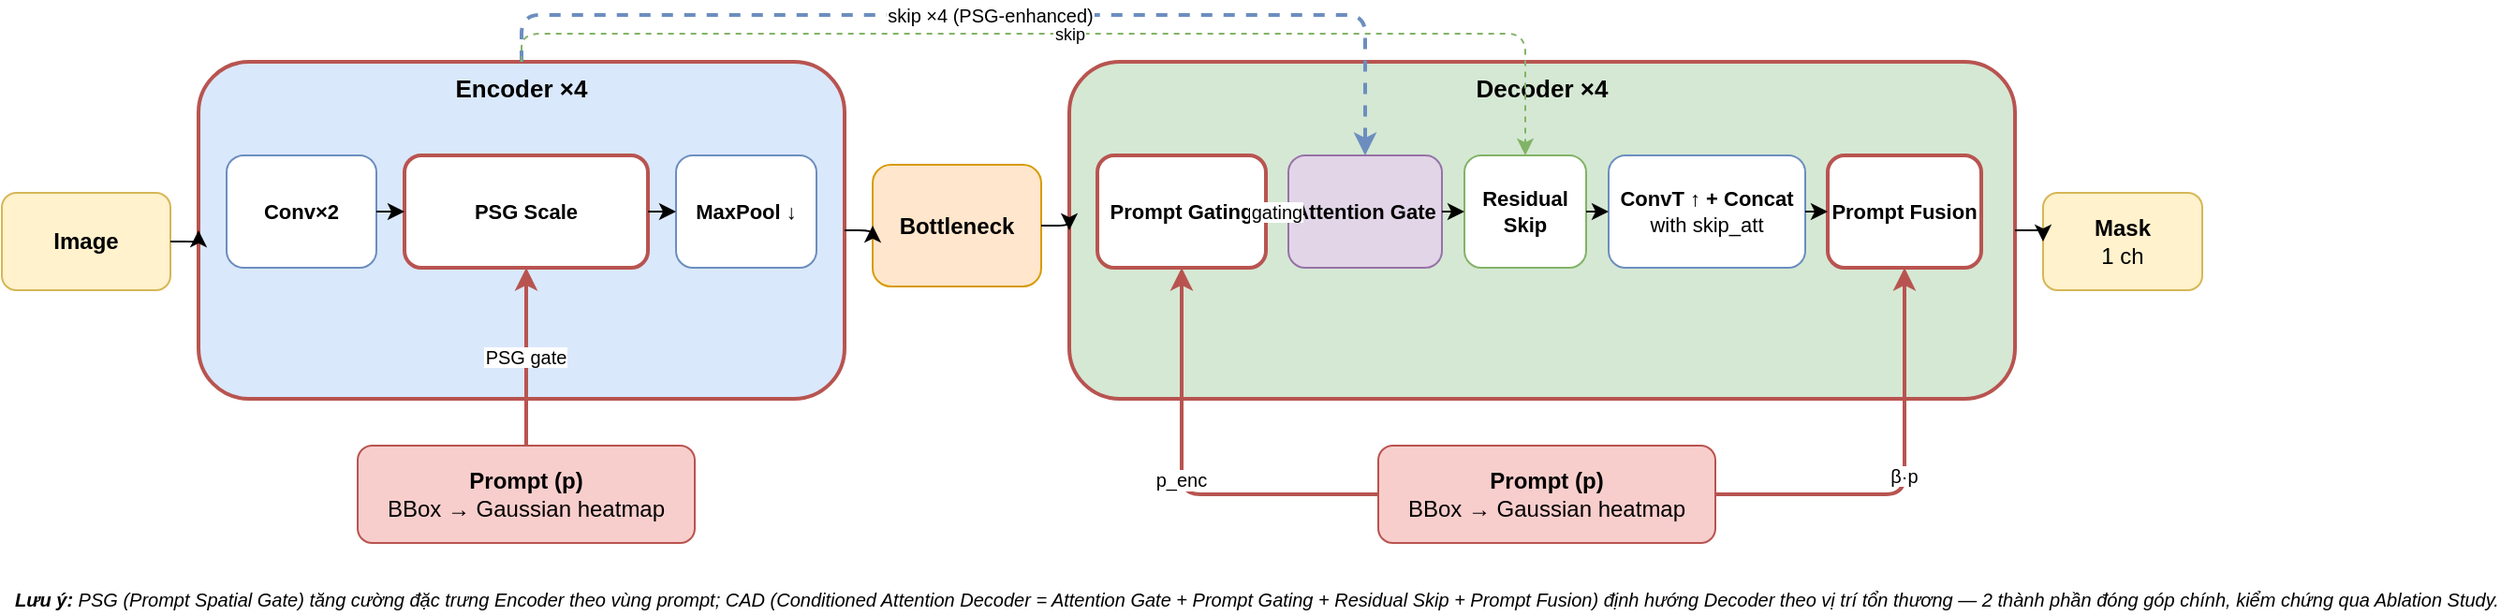
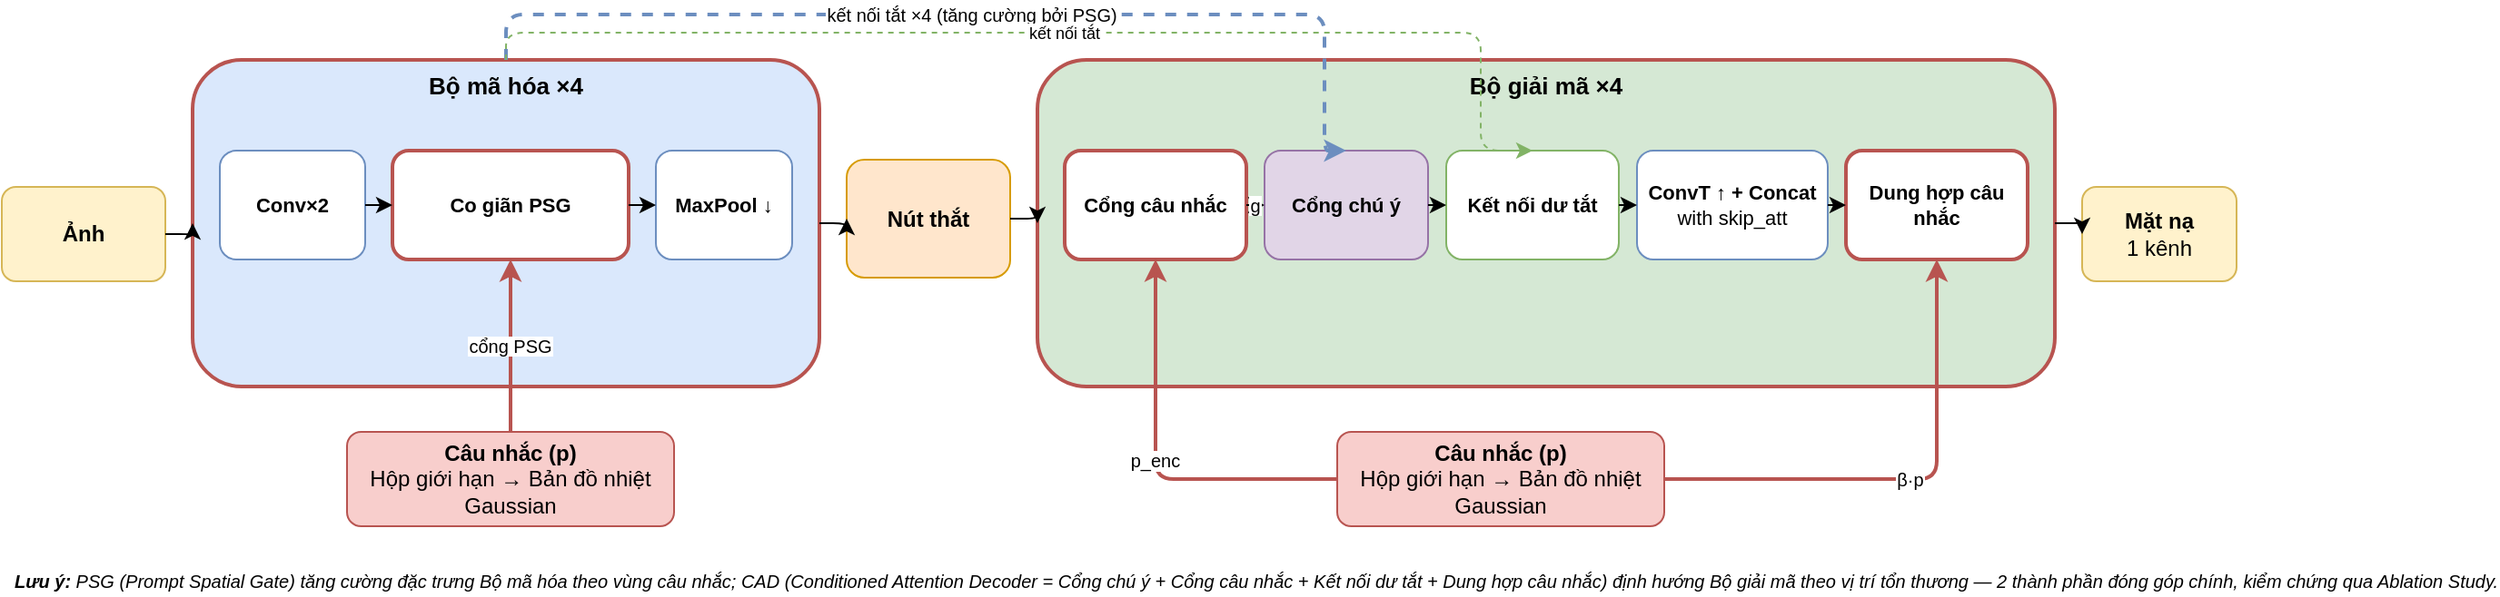
<mxfile host="65bd71144e">
    <diagram name="3. PGA-UNet" id="pgaunet2d">
-         <mxGraphModel dx="1042" dy="251" grid="1" gridSize="10" guides="1" tooltips="1" connect="1" arrows="1" fold="1" page="1" pageScale="1" pageWidth="1220" pageHeight="365" math="0" shadow="0">
+         <mxGraphModel dx="1042" dy="251" grid="1" gridSize="10" guides="1" tooltips="1" connect="1" arrows="1" fold="1" page="1" pageScale="1" pageWidth="1280" pageHeight="365" math="0" shadow="0">
            <root>
                <mxCell id="0"/>
                <mxCell id="1" parent="0"/>
-                 <mxCell id="inp" value="&lt;b&gt;Image&lt;/b&gt;" style="rounded=1;whiteSpace=wrap;html=1;fillColor=#fff2cc;strokeColor=#d6b656;fontSize=12;" parent="1" vertex="1">
+                 <mxCell id="inp" value="&lt;b&gt;Ảnh&lt;/b&gt;" style="rounded=1;whiteSpace=wrap;html=1;fillColor=#fff2cc;strokeColor=#d6b656;fontSize=12;" parent="1" vertex="1">
                    <mxGeometry x="15" y="105" width="90" height="52" as="geometry"/>
                </mxCell>
-                 <mxCell id="enc_box" value="&lt;b&gt;Encoder ×4&lt;/b&gt;" style="rounded=1;whiteSpace=wrap;html=1;fillColor=#dae8fc;strokeColor=#b85450;strokeWidth=2;fontSize=13;verticalAlign=top;align=center;" parent="1" vertex="1">
+                 <mxCell id="enc_box" value="&lt;b&gt;Bộ mã hóa ×4&lt;/b&gt;" style="rounded=1;whiteSpace=wrap;html=1;fillColor=#dae8fc;strokeColor=#b85450;strokeWidth=2;fontSize=13;verticalAlign=top;align=center;" parent="1" vertex="1">
                    <mxGeometry x="120" y="35" width="345" height="180" as="geometry"/>
                </mxCell>
                <mxCell id="e_conv" value="&lt;b&gt;Conv×2&lt;/b&gt;" style="rounded=1;whiteSpace=wrap;html=1;fillColor=#ffffff;strokeColor=#6c8ebf;fontSize=11;" parent="enc_box" vertex="1">
                    <mxGeometry x="15" y="50" width="80" height="60" as="geometry"/>
                </mxCell>
-                 <mxCell id="e_scale" value="&lt;b&gt;PSG Scale&lt;/b&gt;" style="rounded=1;whiteSpace=wrap;html=1;fillColor=#ffffff;strokeColor=#b85450;strokeWidth=2;fontSize=11;" parent="enc_box" vertex="1">
+                 <mxCell id="e_scale" value="&lt;b&gt;Co giãn PSG&lt;/b&gt;" style="rounded=1;whiteSpace=wrap;html=1;fillColor=#ffffff;strokeColor=#b85450;strokeWidth=2;fontSize=11;" parent="enc_box" vertex="1">
                    <mxGeometry x="110" y="50" width="130" height="60" as="geometry"/>
                </mxCell>
                <mxCell id="e_pool" value="&lt;b&gt;MaxPool ↓&lt;/b&gt;" style="rounded=1;whiteSpace=wrap;html=1;fillColor=#ffffff;strokeColor=#6c8ebf;fontSize=11;" parent="enc_box" vertex="1">
                    <mxGeometry x="255" y="50" width="75" height="60" as="geometry"/>
                </mxCell>
                <mxCell id="se1" value="" style="edgeStyle=orthogonalEdgeStyle;exitX=1;exitY=0.5;exitDx=0;exitDy=0;entryX=0;entryY=0.5;entryDx=0;entryDy=0;" parent="enc_box" source="e_conv" target="e_scale" edge="1">
                    <mxGeometry relative="1" as="geometry"/>
                </mxCell>
                <mxCell id="se2" value="" style="edgeStyle=orthogonalEdgeStyle;exitX=1;exitY=0.5;exitDx=0;exitDy=0;entryX=0;entryY=0.5;entryDx=0;entryDy=0;" parent="enc_box" source="e_scale" target="e_pool" edge="1">
                    <mxGeometry relative="1" as="geometry"/>
                </mxCell>
-                 <mxCell id="bn" value="&lt;b&gt;Bottleneck&lt;/b&gt;" style="rounded=1;whiteSpace=wrap;html=1;fillColor=#ffe6cc;strokeColor=#d79b00;fontSize=12;" parent="1" vertex="1">
+                 <mxCell id="bn" value="&lt;b&gt;Nút thắt&lt;/b&gt;" style="rounded=1;whiteSpace=wrap;html=1;fillColor=#ffe6cc;strokeColor=#d79b00;fontSize=12;" parent="1" vertex="1">
                    <mxGeometry x="480" y="90" width="90" height="65" as="geometry"/>
                </mxCell>
-                 <mxCell id="dec_box" value="&lt;b&gt;Decoder ×4&lt;/b&gt;" style="rounded=1;whiteSpace=wrap;html=1;fillColor=#d5e8d4;strokeColor=#b85450;strokeWidth=2;fontSize=13;verticalAlign=top;align=center;" parent="1" vertex="1">
-                     <mxGeometry x="585" y="35" width="505" height="180" as="geometry"/>
+                 <mxCell id="dec_box" value="&lt;b&gt;Bộ giải mã ×4&lt;/b&gt;" style="rounded=1;whiteSpace=wrap;html=1;fillColor=#d5e8d4;strokeColor=#b85450;strokeWidth=2;fontSize=13;verticalAlign=top;align=center;" parent="1" vertex="1">
+                     <mxGeometry x="585" y="35" width="560" height="180" as="geometry"/>
                </mxCell>
-                 <mxCell id="d_gfuse" value="&lt;b&gt;Prompt Gating&lt;/b&gt;" style="rounded=1;whiteSpace=wrap;html=1;fillColor=#ffffff;strokeColor=#b85450;strokeWidth=2;fontSize=11;" parent="dec_box" vertex="1">
-                     <mxGeometry x="15" y="50" width="90" height="60" as="geometry"/>
+                 <mxCell id="d_gfuse" value="&lt;b&gt;Cổng câu nhắc&lt;/b&gt;" style="rounded=1;whiteSpace=wrap;html=1;fillColor=#ffffff;strokeColor=#b85450;strokeWidth=2;fontSize=11;" parent="dec_box" vertex="1">
+                     <mxGeometry x="15" y="50" width="100" height="60" as="geometry"/>
                </mxCell>
-                 <mxCell id="d_ag" value="&lt;b&gt;Attention Gate&lt;/b&gt;" style="rounded=1;whiteSpace=wrap;html=1;fillColor=#e1d5e7;strokeColor=#9673a6;fontSize=11;" parent="dec_box" vertex="1">
-                     <mxGeometry x="117" y="50" width="82" height="60" as="geometry"/>
+                 <mxCell id="d_ag" value="&lt;b&gt;Cổng chú ý&lt;/b&gt;" style="rounded=1;whiteSpace=wrap;html=1;fillColor=#e1d5e7;strokeColor=#9673a6;fontSize=11;" parent="dec_box" vertex="1">
+                     <mxGeometry x="125" y="50" width="90" height="60" as="geometry"/>
                </mxCell>
-                 <mxCell id="d_residual" value="&lt;b&gt;Residual Skip&lt;/b&gt;" style="rounded=1;whiteSpace=wrap;html=1;fillColor=#ffffff;strokeColor=#82b366;fontSize=11;" parent="dec_box" vertex="1">
-                     <mxGeometry x="211" y="50" width="65" height="60" as="geometry"/>
+                 <mxCell id="d_residual" value="&lt;b&gt;Kết nối dư tắt&lt;/b&gt;" style="rounded=1;whiteSpace=wrap;html=1;fillColor=#ffffff;strokeColor=#82b366;fontSize=11;" parent="dec_box" vertex="1">
+                     <mxGeometry x="225" y="50" width="95" height="60" as="geometry"/>
                </mxCell>
                <mxCell id="d_merge" value="&lt;b&gt;ConvT ↑ + Concat&lt;/b&gt;&lt;br&gt;with skip_att" style="rounded=1;whiteSpace=wrap;html=1;fillColor=#ffffff;strokeColor=#6c8ebf;fontSize=11;" parent="dec_box" vertex="1">
-                     <mxGeometry x="288" y="50" width="105" height="60" as="geometry"/>
+                     <mxGeometry x="330" y="50" width="105" height="60" as="geometry"/>
                </mxCell>
-                 <mxCell id="d_add" value="&lt;b&gt;Prompt Fusion&lt;/b&gt;" style="rounded=1;whiteSpace=wrap;html=1;fillColor=#ffffff;strokeColor=#b85450;strokeWidth=2;fontSize=11;" parent="dec_box" vertex="1">
-                     <mxGeometry x="405" y="50" width="82" height="60" as="geometry"/>
+                 <mxCell id="d_add" value="&lt;b&gt;Dung hợp câu nhắc&lt;/b&gt;" style="rounded=1;whiteSpace=wrap;html=1;fillColor=#ffffff;strokeColor=#b85450;strokeWidth=2;fontSize=11;" parent="dec_box" vertex="1">
+                     <mxGeometry x="445" y="50" width="100" height="60" as="geometry"/>
                </mxCell>
-                 <mxCell id="sd1" value="gating" style="edgeStyle=orthogonalEdgeStyle;exitX=1;exitY=0.5;exitDx=0;exitDy=0;entryX=0;entryY=0.5;entryDx=0;entryDy=0;fontSize=10;labelBackgroundColor=#ffffff;" parent="dec_box" source="d_gfuse" target="d_ag" edge="1">
+                 <mxCell id="sd1" value="g" style="edgeStyle=orthogonalEdgeStyle;exitX=1;exitY=0.5;exitDx=0;exitDy=0;entryX=0;entryY=0.5;entryDx=0;entryDy=0;fontSize=10;labelBackgroundColor=#ffffff;" parent="dec_box" source="d_gfuse" target="d_ag" edge="1">
                    <mxGeometry relative="1" as="geometry"/>
                </mxCell>
                <mxCell id="sd2" value="" style="edgeStyle=orthogonalEdgeStyle;exitX=1;exitY=0.5;exitDx=0;exitDy=0;entryX=0;entryY=0.5;entryDx=0;entryDy=0;" parent="dec_box" source="d_ag" target="d_residual" edge="1">
                    <mxGeometry relative="1" as="geometry"/>
                </mxCell>
                <mxCell id="sd3" value="" style="edgeStyle=orthogonalEdgeStyle;exitX=1;exitY=0.5;exitDx=0;exitDy=0;entryX=0;entryY=0.5;entryDx=0;entryDy=0;" parent="dec_box" source="d_residual" target="d_merge" edge="1">
                    <mxGeometry relative="1" as="geometry"/>
                </mxCell>
                <mxCell id="sd4" value="" style="edgeStyle=orthogonalEdgeStyle;exitX=1;exitY=0.5;exitDx=0;exitDy=0;entryX=0;entryY=0.5;entryDx=0;entryDy=0;" parent="dec_box" source="d_merge" target="d_add" edge="1">
                    <mxGeometry relative="1" as="geometry"/>
                </mxCell>
-                 <mxCell id="out" value="&lt;b&gt;Mask&lt;/b&gt;&lt;br&gt;1 ch" style="rounded=1;whiteSpace=wrap;html=1;fillColor=#fff2cc;strokeColor=#d6b656;fontSize=12;" parent="1" vertex="1">
-                     <mxGeometry x="1105" y="105" width="85" height="52" as="geometry"/>
+                 <mxCell id="out" value="&lt;b&gt;Mặt nạ&lt;/b&gt;&lt;br&gt;1 kênh" style="rounded=1;whiteSpace=wrap;html=1;fillColor=#fff2cc;strokeColor=#d6b656;fontSize=12;" parent="1" vertex="1">
+                     <mxGeometry x="1160" y="105" width="85" height="52" as="geometry"/>
                </mxCell>
                <mxCell id="f1" value="" style="edgeStyle=orthogonalEdgeStyle;exitX=1;exitY=0.5;exitDx=0;exitDy=0;entryX=0;entryY=0.5;entryDx=0;entryDy=0;" parent="1" source="inp" target="enc_box" edge="1">
                    <mxGeometry relative="1" as="geometry"/>
                </mxCell>
                <mxCell id="f2" value="" style="edgeStyle=orthogonalEdgeStyle;exitX=1;exitY=0.5;exitDx=0;exitDy=0;entryX=0;entryY=0.5;entryDx=0;entryDy=0;" parent="1" source="enc_box" target="bn" edge="1">
                    <mxGeometry relative="1" as="geometry"/>
                </mxCell>
                <mxCell id="f3" value="" style="edgeStyle=orthogonalEdgeStyle;exitX=1;exitY=0.5;exitDx=0;exitDy=0;entryX=0;entryY=0.5;entryDx=0;entryDy=0;" parent="1" source="bn" target="dec_box" edge="1">
                    <mxGeometry relative="1" as="geometry"/>
                </mxCell>
                <mxCell id="f4" value="" style="edgeStyle=orthogonalEdgeStyle;exitX=1;exitY=0.5;exitDx=0;exitDy=0;entryX=0;entryY=0.5;entryDx=0;entryDy=0;" parent="1" source="dec_box" target="out" edge="1">
                    <mxGeometry relative="1" as="geometry"/>
                </mxCell>
-                 <mxCell id="skip" value="skip ×4 (PSG-enhanced)" style="edgeStyle=orthogonalEdgeStyle;dashed=1;strokeColor=#6c8ebf;strokeWidth=2;fontSize=10;exitX=0.5;exitY=0;exitDx=0;exitDy=0;entryX=0.5;entryY=0;entryDx=0;entryDy=0;labelBackgroundColor=#ffffff;" parent="1" source="enc_box" target="d_ag" edge="1">
+                 <mxCell id="skip" value="kết nối tắt ×4 (tăng cường bởi PSG)" style="edgeStyle=orthogonalEdgeStyle;dashed=1;strokeColor=#6c8ebf;strokeWidth=2;fontSize=10;exitX=0.5;exitY=0;exitDx=0;exitDy=0;entryX=0.5;entryY=0;entryDx=0;entryDy=0;labelBackgroundColor=#ffffff;" parent="1" source="enc_box" target="d_ag" edge="1">
                    <mxGeometry relative="1" as="geometry">
                        <Array as="points">
                            <mxPoint x="292" y="10"/>
                            <mxPoint x="743" y="10"/>
                        </Array>
                    </mxGeometry>
                </mxCell>
-                 <mxCell id="skip_res" value="skip" style="edgeStyle=orthogonalEdgeStyle;dashed=1;strokeColor=#82b366;strokeWidth=1;fontSize=9;exitX=0.5;exitY=0;exitDx=0;exitDy=0;entryX=0.5;entryY=0;entryDx=0;entryDy=0;labelBackgroundColor=#ffffff;" parent="1" source="enc_box" target="d_residual" edge="1">
+                 <mxCell id="skip_res" value="kết nối tắt" style="edgeStyle=orthogonalEdgeStyle;dashed=1;strokeColor=#82b366;strokeWidth=1;fontSize=9;exitX=0.5;exitY=0;exitDx=0;exitDy=0;entryX=0.5;entryY=0;entryDx=0;entryDy=0;labelBackgroundColor=#ffffff;" parent="1" source="enc_box" target="d_residual" edge="1">
                    <mxGeometry relative="1" as="geometry">
                        <Array as="points">
                            <mxPoint x="293" y="20"/>
                            <mxPoint x="829" y="20"/>
                        </Array>
                    </mxGeometry>
                </mxCell>
-                 <mxCell id="prm_enc" value="&lt;b&gt;Prompt (p)&lt;/b&gt;&lt;br&gt;BBox → Gaussian heatmap" style="rounded=1;whiteSpace=wrap;html=1;fillColor=#f8cecc;strokeColor=#b85450;fontSize=12;" parent="1" vertex="1">
+                 <mxCell id="prm_enc" value="&lt;b&gt;Câu nhắc (p)&lt;/b&gt;&lt;br&gt;Hộp giới hạn → Bản đồ nhiệt Gaussian" style="rounded=1;whiteSpace=wrap;html=1;fillColor=#f8cecc;strokeColor=#b85450;fontSize=12;" parent="1" vertex="1">
                    <mxGeometry x="205" y="240" width="180" height="52" as="geometry"/>
                </mxCell>
-                 <mxCell id="prm_dec" value="&lt;b&gt;Prompt (p)&lt;/b&gt;&lt;br&gt;BBox → Gaussian heatmap" style="rounded=1;whiteSpace=wrap;html=1;fillColor=#f8cecc;strokeColor=#b85450;fontSize=12;" parent="1" vertex="1">
+                 <mxCell id="prm_dec" value="&lt;b&gt;Câu nhắc (p)&lt;/b&gt;&lt;br&gt;Hộp giới hạn → Bản đồ nhiệt Gaussian" style="rounded=1;whiteSpace=wrap;html=1;fillColor=#f8cecc;strokeColor=#b85450;fontSize=12;" parent="1" vertex="1">
                    <mxGeometry x="750" y="240" width="180" height="52" as="geometry"/>
                </mxCell>
-                 <mxCell id="pp_psg" value="PSG gate" style="edgeStyle=orthogonalEdgeStyle;strokeColor=#b85450;strokeWidth=2;fontSize=10;exitX=0.5;exitY=0;exitDx=0;exitDy=0;entryX=0.5;entryY=1;entryDx=0;entryDy=0;labelBackgroundColor=#ffffff;" parent="1" source="prm_enc" target="e_scale" edge="1">
+                 <mxCell id="pp_psg" value="cổng PSG" style="edgeStyle=orthogonalEdgeStyle;strokeColor=#b85450;strokeWidth=2;fontSize=10;exitX=0.5;exitY=0;exitDx=0;exitDy=0;entryX=0.5;entryY=1;entryDx=0;entryDy=0;labelBackgroundColor=#ffffff;" parent="1" source="prm_enc" target="e_scale" edge="1">
                    <mxGeometry relative="1" as="geometry"/>
                </mxCell>
                <mxCell id="pp_gfused" value="p_enc" style="edgeStyle=orthogonalEdgeStyle;strokeColor=#b85450;strokeWidth=2;fontSize=10;exitX=0;exitY=0.5;exitDx=0;exitDy=0;entryX=0.5;entryY=1;entryDx=0;entryDy=0;labelBackgroundColor=#ffffff;" parent="1" source="prm_dec" target="d_gfuse" edge="1">
                    <mxGeometry relative="1" as="geometry"/>
                </mxCell>
                <mxCell id="pp_beta" value="β·p" style="edgeStyle=orthogonalEdgeStyle;strokeColor=#b85450;strokeWidth=2;fontSize=10;exitX=1;exitY=0.5;exitDx=0;exitDy=0;entryX=0.5;entryY=1;entryDx=0;entryDy=0;labelBackgroundColor=#ffffff;" parent="1" source="prm_dec" target="d_add" edge="1">
                    <mxGeometry relative="1" as="geometry"/>
                </mxCell>
-                 <mxCell id="note" value="&lt;b&gt;Lưu ý:&lt;/b&gt; PSG (Prompt Spatial Gate) tăng cường đặc trưng Encoder theo vùng prompt; CAD (Conditioned Attention Decoder = Attention Gate + Prompt Gating + Residual Skip + Prompt Fusion) định hướng Decoder theo vị trí tổn thương — 2 thành phần đóng góp chính, kiểm chứng qua Ablation Study." style="text;html=1;align=left;fontSize=10;strokeColor=none;fillColor=none;fontStyle=2;" parent="1" vertex="1">
+                 <mxCell id="note" value="&lt;b&gt;Lưu ý:&lt;/b&gt; PSG (Prompt Spatial Gate) tăng cường đặc trưng Bộ mã hóa theo vùng câu nhắc; CAD (Conditioned Attention Decoder = Cổng chú ý + Cổng câu nhắc + Kết nối dư tắt + Dung hợp câu nhắc) định hướng Bộ giải mã theo vị trí tổn thương — 2 thành phần đóng góp chính, kiểm chứng qua Ablation Study." style="text;html=1;align=left;fontSize=10;strokeColor=none;fillColor=none;fontStyle=2;" parent="1" vertex="1">
                    <mxGeometry x="20" y="310" width="1000" height="20" as="geometry"/>
                </mxCell>
            </root>
        </mxGraphModel>
    </diagram>
</mxfile>